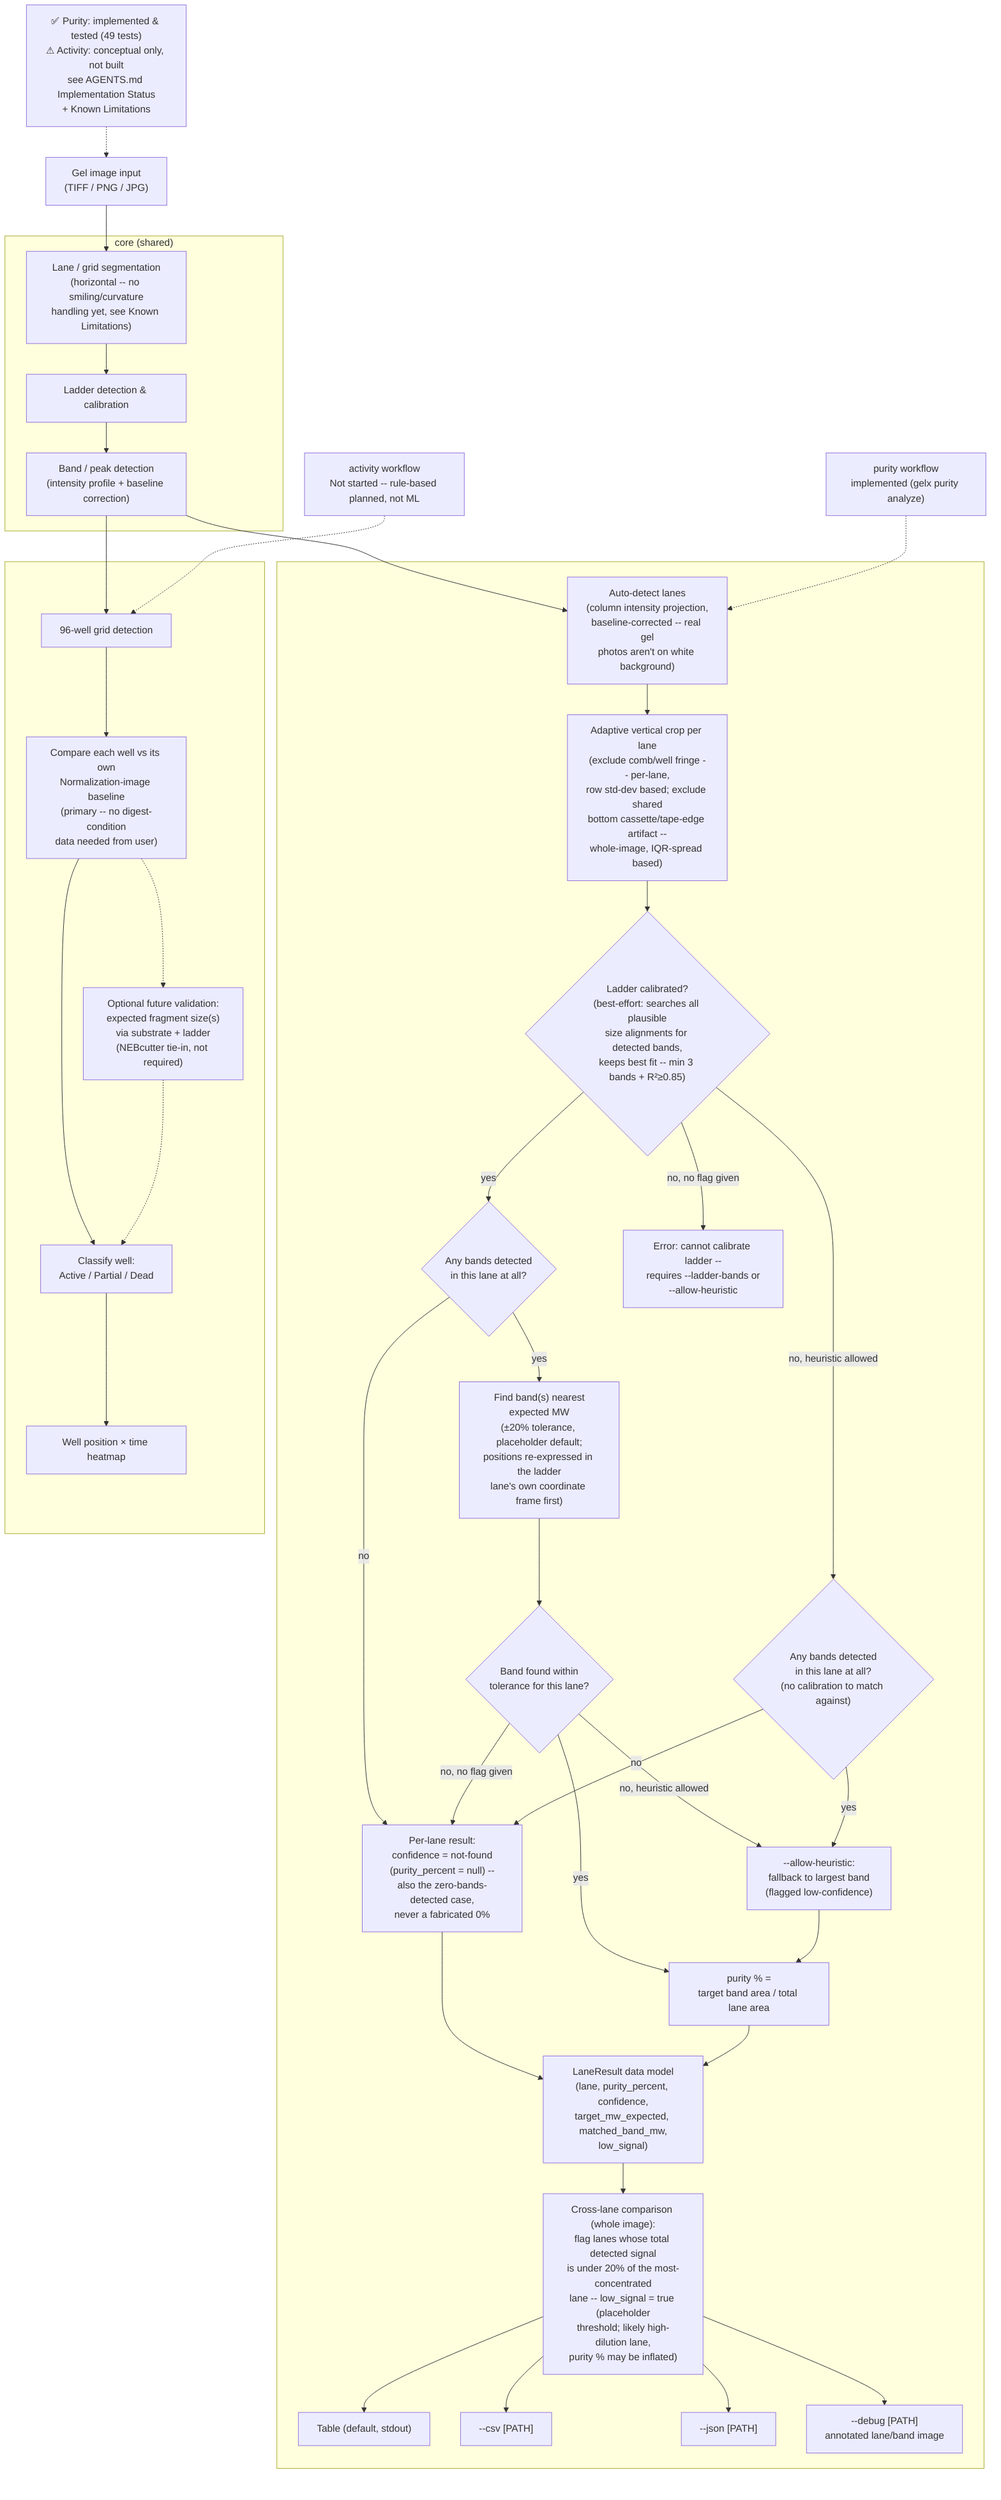
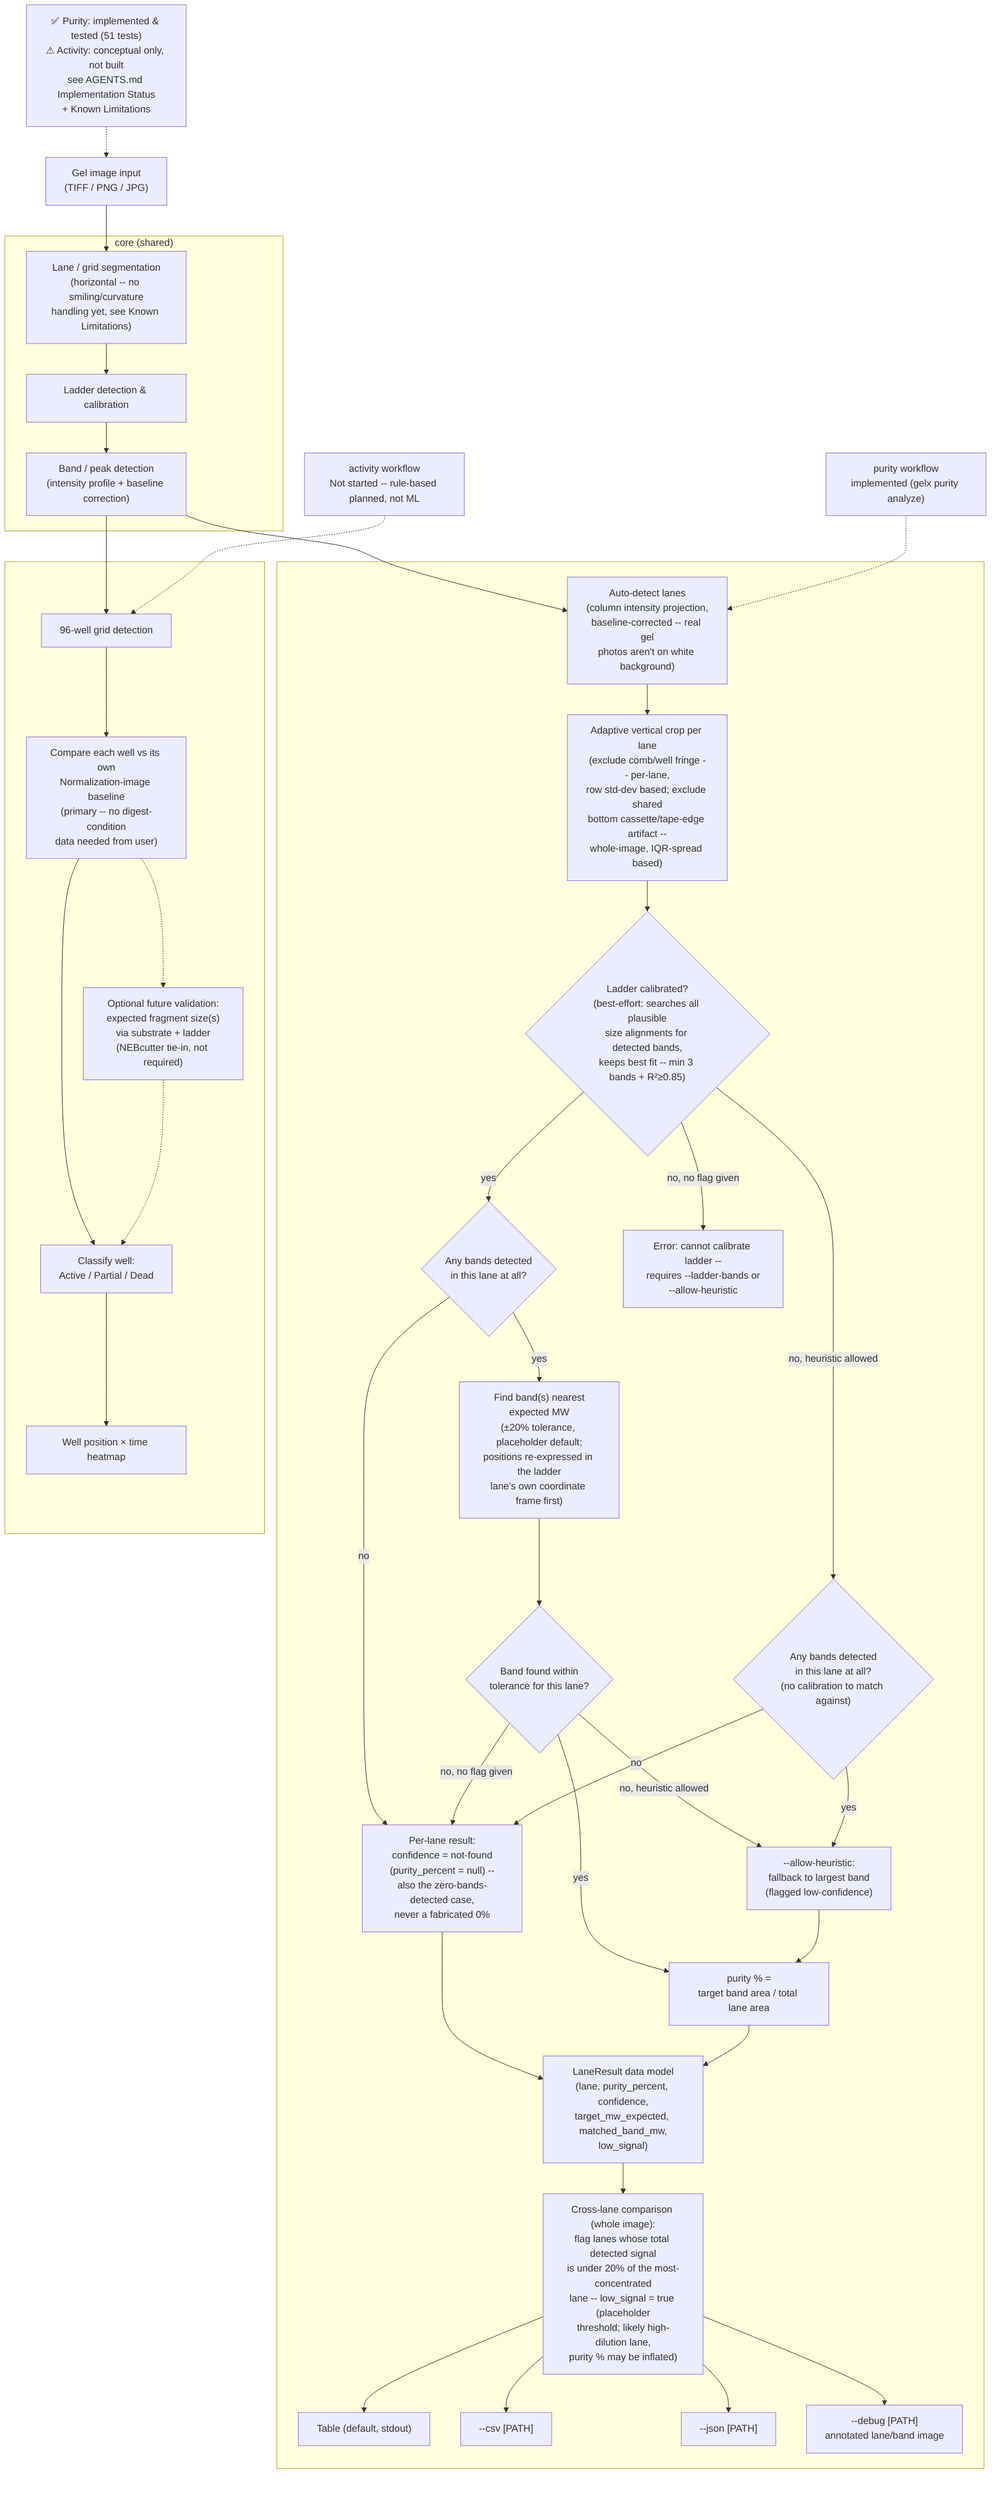
%% program-flow.mmd
%% NOTE: Reflects the purity workflow as actually implemented and tested
- %% (src/gel_extractor/, 49 tests passing) plus the activity workflow's
+ %% (src/gel_extractor/, 51 tests passing) plus the activity workflow's
%% still-conceptual design (see AGENTS.md "Design Decisions" and
%% "Implementation Status"). Not a full class/sequence diagram -- still a
%% data-flow sketch, just one grounded in working code on the purity side.

flowchart TD
-     Note["✅ Purity: implemented & tested (49 tests)<br/>⚠ Activity: conceptual only, not built<br/>see AGENTS.md Implementation Status<br/>+ Known Limitations"]
+     Note["✅ Purity: implemented & tested (51 tests)<br/>⚠ Activity: conceptual only, not built<br/>see AGENTS.md Implementation Status<br/>+ Known Limitations"]

    Input["Gel image input<br/>(TIFF / PNG / JPG)"]

    subgraph Core["core (shared)"]
        Seg["Lane / grid segmentation<br/>(horizontal -- no smiling/curvature<br/>handling yet, see Known Limitations)"]
        Ladder["Ladder detection & calibration"]
        BandDet["Band / peak detection<br/>(intensity profile + baseline correction)"]
    end

    PurityLabel["purity workflow<br/>implemented (gelx purity analyze)"]
    subgraph PurityWF[" "]
        AutoLane["Auto-detect lanes<br/>(column intensity projection,<br/>baseline-corrected -- real gel<br/>photos aren't on white background)"]
        AdaptiveCrop["Adaptive vertical crop per lane<br/>(exclude comb/well fringe -- per-lane,<br/>row std-dev based; exclude shared<br/>bottom cassette/tape-edge artifact --<br/>whole-image, IQR-spread based)"]
        LadderCal{"Ladder calibrated?<br/>(best-effort: searches all plausible<br/>size alignments for detected bands,<br/>keeps best fit -- min 3 bands + R²≥0.85)"}
        AnyBands{"Any bands detected<br/>in this lane at all?"}
        AnyBandsUncal{"Any bands detected<br/>in this lane at all?<br/>(no calibration to match against)"}
        MWMatch["Find band(s) nearest<br/>expected MW<br/>(±20% tolerance, placeholder default;<br/>positions re-expressed in the ladder<br/>lane's own coordinate frame first)"]
        MatchFound{"Band found within<br/>tolerance for this lane?"}
        NotFound["Per-lane result:<br/>confidence = not-found<br/>(purity_percent = null) --<br/>also the zero-bands-detected case,<br/>never a fabricated 0%"]
        Heuristic["--allow-heuristic:<br/>fallback to largest band<br/>(flagged low-confidence)"]
        ErrorOut["Error: cannot calibrate ladder --<br/>requires --ladder-bands or<br/>--allow-heuristic"]
        PurityCalc["purity % =<br/>target band area / total lane area"]
        LaneResult["LaneResult data model<br/>(lane, purity_percent, confidence,<br/>target_mw_expected, matched_band_mw,<br/>low_signal)"]
        LowSignalFlag["Cross-lane comparison (whole image):<br/>flag lanes whose total detected signal<br/>is under 20% of the most-concentrated<br/>lane -- low_signal = true (placeholder<br/>threshold; likely high-dilution lane,<br/>purity % may be inflated)"]
        TableOut["Table (default, stdout)"]
        CsvOut["--csv [PATH]"]
        JsonOut["--json [PATH]"]
        DebugOut["--debug [PATH]<br/>annotated lane/band image"]
    end

    ActivityLabel["activity workflow<br/>Not started -- rule-based planned, not ML"]
    subgraph ActivityWF[" "]
        GridDet["96-well grid detection"]
        Baseline["Compare each well vs its own<br/>Normalization-image baseline<br/>(primary -- no digest-condition<br/>data needed from user)"]
        ExpectedFrag["Optional future validation:<br/>expected fragment size(s)<br/>via substrate + ladder<br/>(NEBcutter tie-in, not required)"]
        Classify["Classify well:<br/>Active / Partial / Dead"]
        Heatmap["Well position × time heatmap"]
    end

    Note -.-> Input
    Input --> Seg --> Ladder --> BandDet

    BandDet --> AutoLane
    BandDet --> GridDet
    PurityLabel -.-> AutoLane
    ActivityLabel -.-> GridDet
    AutoLane --> AdaptiveCrop --> LadderCal
    LadderCal -- yes --> AnyBands
    AnyBands -- no --> NotFound
    AnyBands -- yes --> MWMatch --> MatchFound
    MatchFound -- yes --> PurityCalc
    MatchFound -- "no, heuristic allowed" --> Heuristic --> PurityCalc
    MatchFound -- "no, no flag given" --> NotFound --> LaneResult
    LadderCal -- "no, heuristic allowed" --> AnyBandsUncal
    AnyBandsUncal -- no --> NotFound
    AnyBandsUncal -- yes --> Heuristic
    LadderCal -- "no, no flag given" --> ErrorOut
    PurityCalc --> LaneResult
    LaneResult --> LowSignalFlag
    LowSignalFlag --> TableOut
    LowSignalFlag --> CsvOut
    LowSignalFlag --> JsonOut
    LowSignalFlag --> DebugOut
    GridDet --> Baseline --> Classify --> Heatmap
    Baseline -.-> ExpectedFrag -.-> Classify
